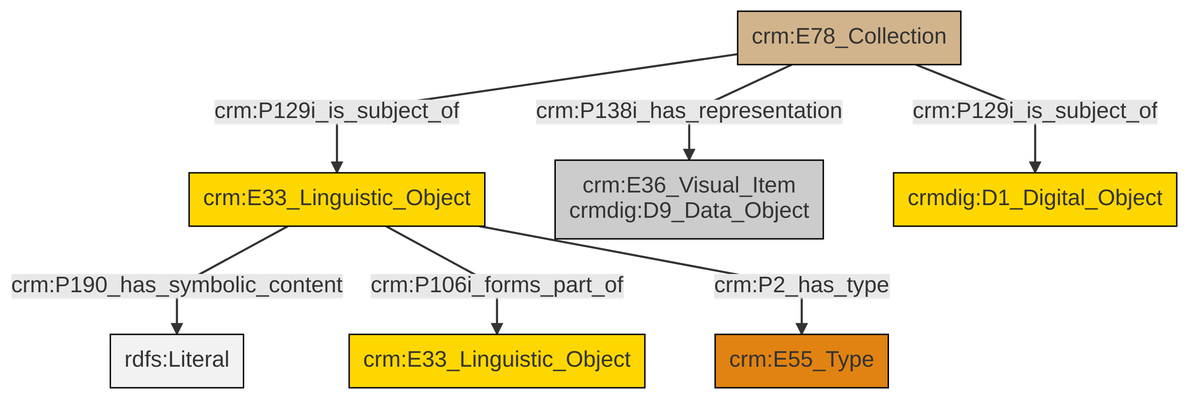
swiss-art-research-net/docs.swissartresearch keeps this Mermaid diagram as et/archivalCSV/ttl/mmd/png/archival_docs.png. Above is the earlier version. Its source is kept beside it as et/archivalCSV/ttl/mmd/archival_docs.ttl.mmd. The source it was exported from:
```mermaid
graph TD
classDef Literal fill:#f2f2f2,stroke:#000000;
classDef CRM_Entity fill:#FFFFFF,stroke:#000000;
classDef Temporal_Entity fill:#00C9E6, stroke:#000000;
classDef Type fill:#E18312, stroke:#000000;
classDef Time-Span fill:#2C9C91, stroke:#000000;
classDef Appellation fill:#FFEB7F, stroke:#000000;
classDef Place fill:#008836, stroke:#000000;
classDef Persistent_Item fill:#B266B2, stroke:#000000;
classDef Conceptual_Object fill:#FFD700, stroke:#000000;
classDef Physical_Thing fill:#D2B48C, stroke:#000000;
classDef Actor fill:#f58aad, stroke:#000000;
classDef PC_Classes fill:#4ce600, stroke:#000000;
classDef Multi fill:#cccccc,stroke:#000000;

0["crm:E78_Collection"]:::Physical_Thing -->|crm:P129i_is_subject_of| 1["crm:E33_Linguistic_Object"]:::Conceptual_Object
1["crm:E33_Linguistic_Object"]:::Conceptual_Object -->|crm:P190_has_symbolic_content| 2[rdfs:Literal]:::Literal
1["crm:E33_Linguistic_Object"]:::Conceptual_Object -->|crm:P106i_forms_part_of| 7["crm:E33_Linguistic_Object"]:::Conceptual_Object
1["crm:E33_Linguistic_Object"]:::Conceptual_Object -->|crm:P2_has_type| 9["crm:E55_Type"]:::Type
0["crm:E78_Collection"]:::Physical_Thing -->|crm:P129i_is_subject_of| 10["crmdig:D1_Digital_Object"]:::Conceptual_Object
0["crm:E78_Collection"]:::Physical_Thing -->|crm:P138i_has_representation| 4["crm:E36_Visual_Item<br>crmdig:D9_Data_Object"]:::Multi
```
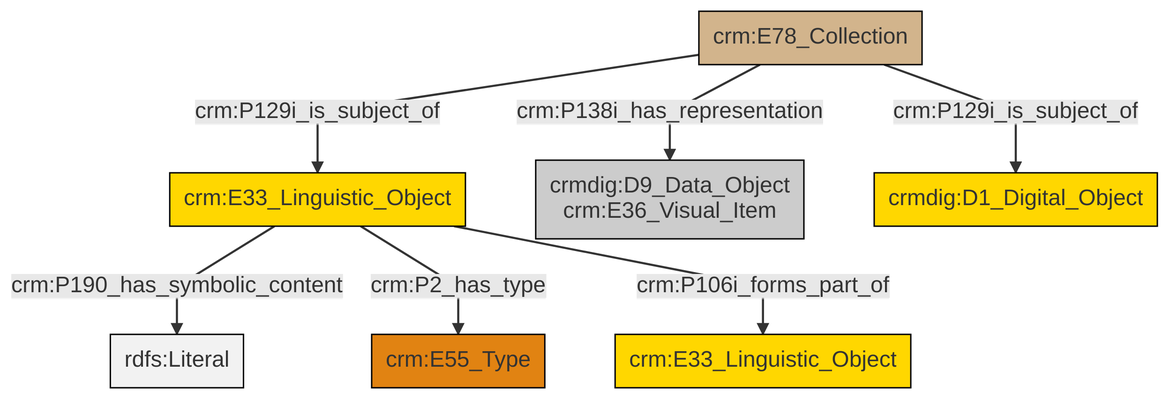
Later version of the same file.

Change to the diagram source:
```diff
@@ -14,8 +14,8 @@
 classDef Multi fill:#cccccc,stroke:#000000;
 
 0["crm:E78_Collection"]:::Physical_Thing -->|crm:P129i_is_subject_of| 1["crm:E33_Linguistic_Object"]:::Conceptual_Object
-1["crm:E33_Linguistic_Object"]:::Conceptual_Object -->|crm:P190_has_symbolic_content| 2[rdfs:Literal]:::Literal
-1["crm:E33_Linguistic_Object"]:::Conceptual_Object -->|crm:P106i_forms_part_of| 7["crm:E33_Linguistic_Object"]:::Conceptual_Object
-1["crm:E33_Linguistic_Object"]:::Conceptual_Object -->|crm:P2_has_type| 9["crm:E55_Type"]:::Type
-0["crm:E78_Collection"]:::Physical_Thing -->|crm:P129i_is_subject_of| 10["crmdig:D1_Digital_Object"]:::Conceptual_Object
-0["crm:E78_Collection"]:::Physical_Thing -->|crm:P138i_has_representation| 4["crm:E36_Visual_Item<br>crmdig:D9_Data_Object"]:::Multi
+0["crm:E78_Collection"]:::Physical_Thing -->|crm:P129i_is_subject_of| 5["crmdig:D1_Digital_Object"]:::Conceptual_Object
+0["crm:E78_Collection"]:::Physical_Thing -->|crm:P138i_has_representation| 3["crmdig:D9_Data_Object<br>crm:E36_Visual_Item"]:::Multi
+1["crm:E33_Linguistic_Object"]:::Conceptual_Object -->|crm:P190_has_symbolic_content| 7[rdfs:Literal]:::Literal
+1["crm:E33_Linguistic_Object"]:::Conceptual_Object -->|crm:P2_has_type| 11["crm:E55_Type"]:::Type
+1["crm:E33_Linguistic_Object"]:::Conceptual_Object -->|crm:P106i_forms_part_of| 8["crm:E33_Linguistic_Object"]:::Conceptual_Object
```
